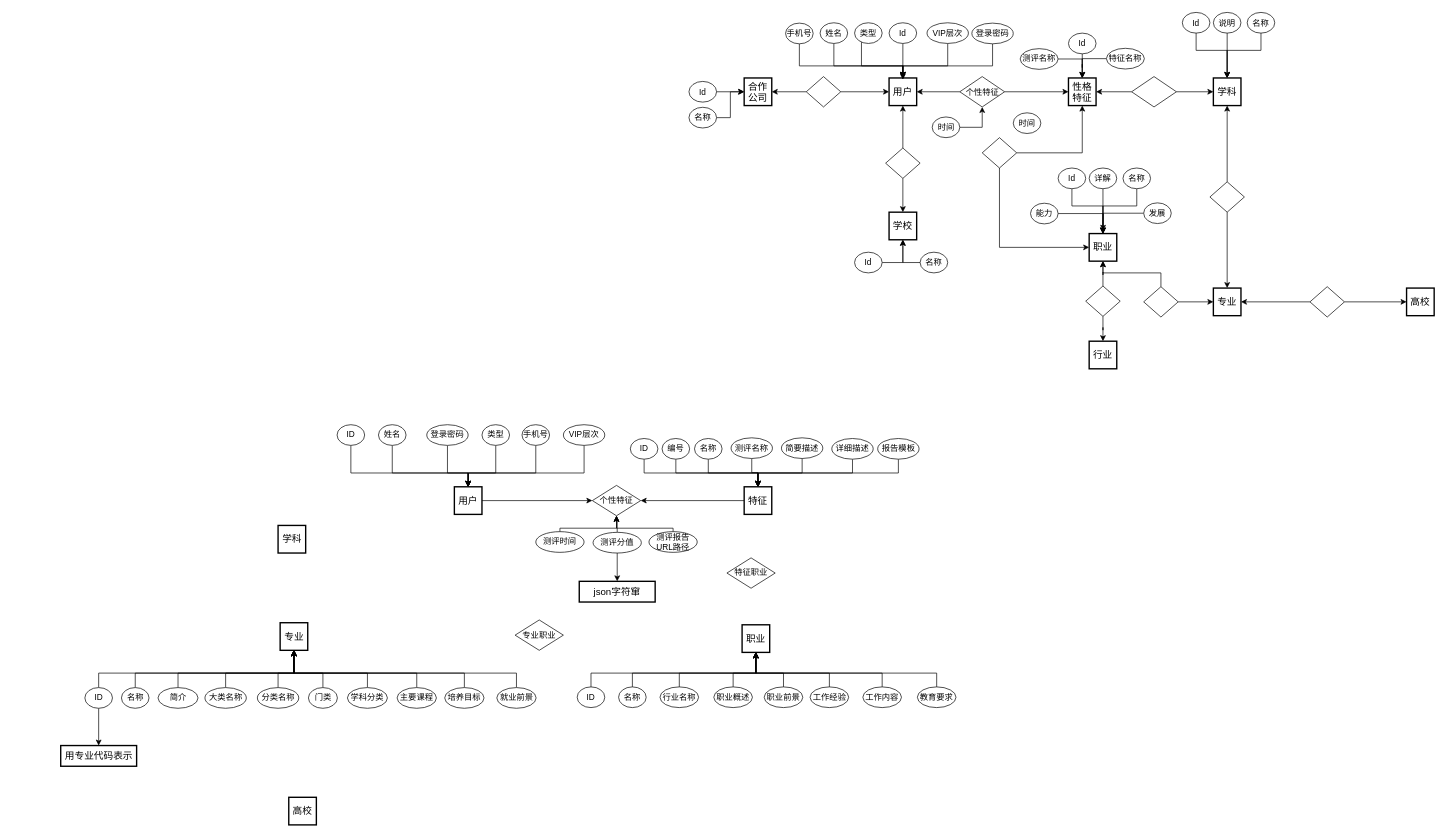
Above: ER.drawio in lry198010/ACES (draw.io), before the change. Source tidied: cells renumbered, new cells numbered last; positions are measured from the earlier drawing's top-left corner, leaving out a move shared by most shapes. Both pictures are drawn from the tidied source at 69%, with x=0, y=0 at pixel (61, 12).
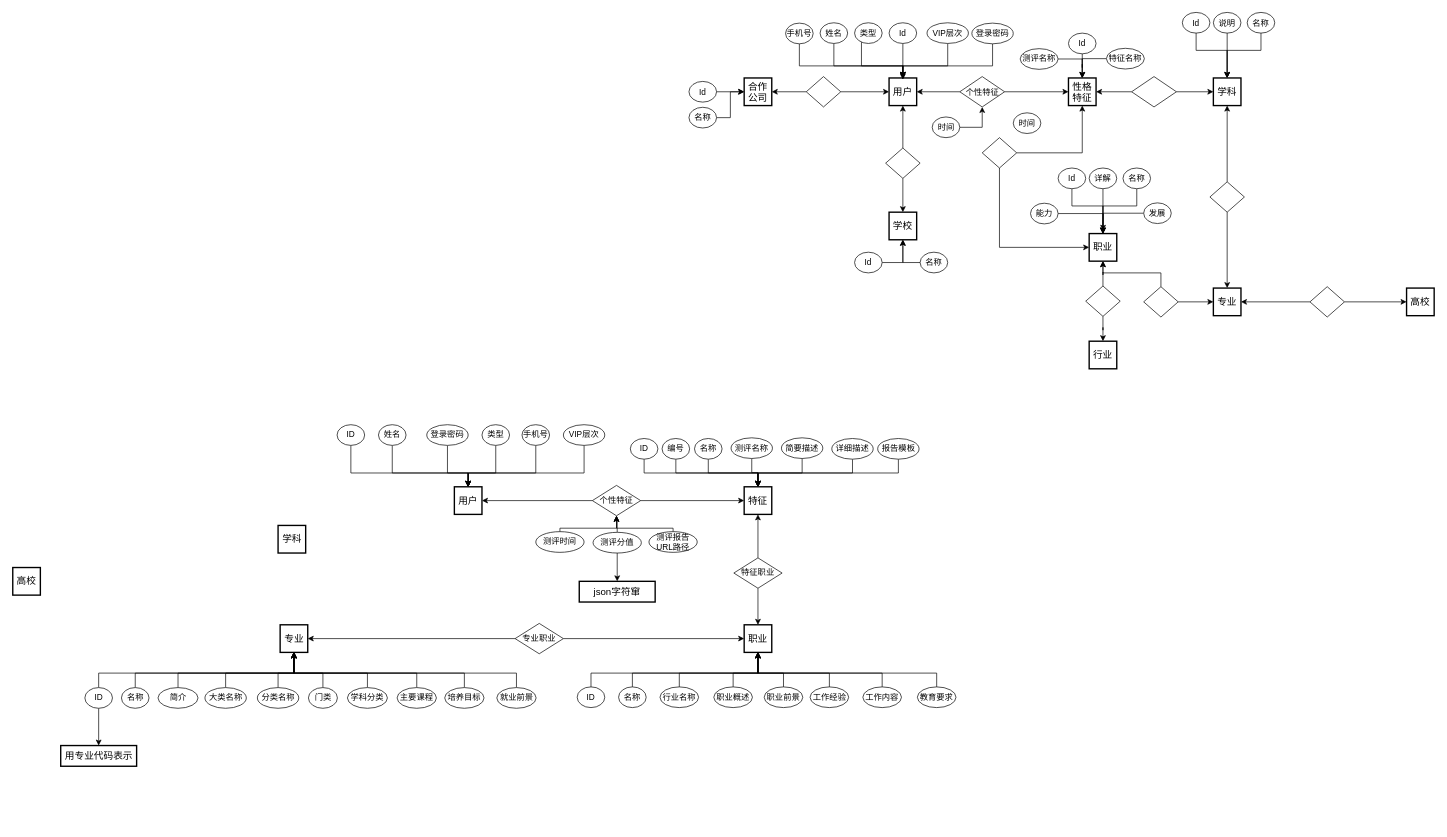
The same diagram, later.

Commit message:
添加基本联系. ER.drawio

Unchanged cells that the change refers to:
```xml
<mxCell id="85" value="特征" style="strokeWidth=2;whiteSpace=wrap;html=1;align=center;fontSize=14;" parent="1" vertex="1">
  <mxGeometry x="990" y="688" width="40" height="40" as="geometry" />
</mxCell>
<mxCell id="101" value="用户" style="strokeWidth=2;whiteSpace=wrap;html=1;align=center;fontSize=14;" parent="1" vertex="1">
  <mxGeometry x="570" y="688" width="40" height="40" as="geometry" />
</mxCell>
<mxCell id="102" value="个性特征" style="rhombus;whiteSpace=wrap;html=1;" parent="1" vertex="1">
  <mxGeometry x="770" y="686" width="70" height="44" as="geometry" />
</mxCell>
<mxCell id="124" value="行业名称" style="ellipse;whiteSpace=wrap;html=1;" parent="1" vertex="1">
  <mxGeometry x="868" y="978" width="56" height="30" as="geometry" />
</mxCell>
<mxCell id="126" value="ID" style="ellipse;whiteSpace=wrap;html=1;" parent="1" vertex="1">
  <mxGeometry x="748" y="978" width="40" height="30" as="geometry" />
</mxCell>
<mxCell id="128" value="名称" style="ellipse;whiteSpace=wrap;html=1;" parent="1" vertex="1">
  <mxGeometry x="808" y="978" width="40" height="30" as="geometry" />
</mxCell>
<mxCell id="130" value="职业前景" style="ellipse;whiteSpace=wrap;html=1;" parent="1" vertex="1">
  <mxGeometry x="1019" y="978" width="56" height="30" as="geometry" />
</mxCell>
<mxCell id="132" value="职业概述" style="ellipse;whiteSpace=wrap;html=1;" parent="1" vertex="1">
  <mxGeometry x="946" y="978" width="56" height="30" as="geometry" />
</mxCell>
<mxCell id="134" value="教育要求" style="ellipse;whiteSpace=wrap;html=1;" parent="1" vertex="1">
  <mxGeometry x="1241" y="978" width="56" height="30" as="geometry" />
</mxCell>
<mxCell id="136" value="工作经验" style="ellipse;whiteSpace=wrap;html=1;" parent="1" vertex="1">
  <mxGeometry x="1085.5" y="978" width="56" height="30" as="geometry" />
</mxCell>
<mxCell id="138" value="工作内容" style="ellipse;whiteSpace=wrap;html=1;" parent="1" vertex="1">
  <mxGeometry x="1162" y="978" width="56" height="30" as="geometry" />
</mxCell>
```

Change to the diagram source:
```diff
@@
-    <mxCell id="84" style="edgeStyle=orthogonalEdgeStyle;rounded=0;jettySize=auto;html=1;entryX=1;entryY=0.5;entryDx=0;entryDy=0;" parent="1" edge="1" source="85" target="102">
+    <mxCell id="84" style="edgeStyle=orthogonalEdgeStyle;rounded=0;jettySize=auto;html=1;exitX=1;exitY=0.5;exitDx=0;exitDy=0;" parent="1" edge="1" source="102" target="85">
       <mxGeometry relative="1" as="geometry" />
     </mxCell>
+    <mxCell id="167" style="edgeStyle=orthogonalEdgeStyle;rounded=0;jettySize=auto;html=1;exitX=0.5;exitY=0;exitDx=0;exitDy=0;" parent="1" edge="1" source="139" target="85">
+      <mxGeometry relative="1" as="geometry" />
+    </mxCell>
@@
-    <mxCell id="100" style="edgeStyle=orthogonalEdgeStyle;rounded=0;jettySize=auto;html=1;entryX=0;entryY=0.5;entryDx=0;entryDy=0;" parent="1" edge="1" source="101" target="102">
+    <mxCell id="100" style="edgeStyle=orthogonalEdgeStyle;rounded=0;jettySize=auto;html=1;exitX=0;exitY=0.5;exitDx=0;exitDy=0;" parent="1" edge="1" source="102" target="101">
       <mxGeometry relative="1" as="geometry" />
     </mxCell>
@@
+    <mxCell id="168" style="edgeStyle=orthogonalEdgeStyle;rounded=0;jettySize=auto;html=1;exitX=0.5;exitY=1;exitDx=0;exitDy=0;" parent="1" edge="1" source="139" target="122">
+      <mxGeometry relative="1" as="geometry" />
+    </mxCell>
     <mxCell id="122" value="职业" style="strokeWidth=2;whiteSpace=wrap;html=1;align=center;fontSize=14;" parent="1" vertex="1">
-      <mxGeometry x="987" y="888" width="40" height="40" as="geometry" />
+      <mxGeometry x="990" y="888" width="40" height="40" as="geometry" />
     </mxCell>
     <mxCell id="123" style="edgeStyle=orthogonalEdgeStyle;rounded=0;jettySize=auto;html=1;entryX=0.5;entryY=1;entryDx=0;entryDy=0;" parent="1" edge="1" source="124" target="122">
       <mxGeometry relative="1" as="geometry">
         <Array as="points">
           <mxPoint x="896" y="958" />
-          <mxPoint x="1007" y="958" />
+          <mxPoint x="1010" y="958" />
         </Array>
       </mxGeometry>
     </mxCell>
@@
     <mxCell id="125" style="edgeStyle=orthogonalEdgeStyle;rounded=0;jettySize=auto;html=1;entryX=0.5;entryY=1;entryDx=0;entryDy=0;" parent="1" edge="1" source="126" target="122">
       <mxGeometry relative="1" as="geometry">
         <Array as="points">
           <mxPoint x="768" y="958" />
-          <mxPoint x="1007" y="958" />
+          <mxPoint x="1010" y="958" />
         </Array>
       </mxGeometry>
     </mxCell>
@@
     <mxCell id="127" style="edgeStyle=orthogonalEdgeStyle;rounded=0;jettySize=auto;html=1;entryX=0.5;entryY=1;entryDx=0;entryDy=0;" parent="1" edge="1" source="128" target="122">
       <mxGeometry relative="1" as="geometry">
         <Array as="points">
           <mxPoint x="828" y="958" />
-          <mxPoint x="1007" y="958" />
+          <mxPoint x="1010" y="958" />
         </Array>
       </mxGeometry>
     </mxCell>
@@
     <mxCell id="129" style="edgeStyle=orthogonalEdgeStyle;rounded=0;jettySize=auto;html=1;entryX=0.5;entryY=1;entryDx=0;entryDy=0;" parent="1" edge="1" source="130" target="122">
       <mxGeometry relative="1" as="geometry">
         <Array as="points">
           <mxPoint x="1047" y="958" />
-          <mxPoint x="1007" y="958" />
+          <mxPoint x="1010" y="958" />
         </Array>
       </mxGeometry>
     </mxCell>
@@
     <mxCell id="131" style="edgeStyle=orthogonalEdgeStyle;rounded=0;jettySize=auto;html=1;entryX=0.5;entryY=1;entryDx=0;entryDy=0;" parent="1" edge="1" source="132" target="122">
       <mxGeometry relative="1" as="geometry">
         <Array as="points">
           <mxPoint x="974" y="958" />
-          <mxPoint x="1007" y="958" />
+          <mxPoint x="1010" y="958" />
         </Array>
       </mxGeometry>
     </mxCell>
@@
     <mxCell id="133" style="edgeStyle=orthogonalEdgeStyle;rounded=0;jettySize=auto;html=1;entryX=0.5;entryY=1;entryDx=0;entryDy=0;" parent="1" edge="1" source="134" target="122">
       <mxGeometry relative="1" as="geometry">
         <Array as="points">
           <mxPoint x="1269" y="958" />
-          <mxPoint x="1007" y="958" />
+          <mxPoint x="1010" y="958" />
         </Array>
       </mxGeometry>
     </mxCell>
@@
     <mxCell id="135" style="edgeStyle=orthogonalEdgeStyle;rounded=0;jettySize=auto;html=1;entryX=0.5;entryY=1;entryDx=0;entryDy=0;" parent="1" edge="1" source="136" target="122">
       <mxGeometry relative="1" as="geometry">
         <Array as="points">
           <mxPoint x="1114" y="958" />
-          <mxPoint x="1007" y="958" />
+          <mxPoint x="1010" y="958" />
         </Array>
       </mxGeometry>
     </mxCell>
@@
     <mxCell id="137" style="edgeStyle=orthogonalEdgeStyle;rounded=0;jettySize=auto;html=1;entryX=0.5;entryY=1;entryDx=0;entryDy=0;" parent="1" edge="1" source="138" target="122">
       <mxGeometry relative="1" as="geometry">
         <Array as="points">
           <mxPoint x="1190" y="958" />
-          <mxPoint x="1007" y="958" />
+          <mxPoint x="1010" y="958" />
         </Array>
       </mxGeometry>
     </mxCell>
@@
     <mxCell id="139" value="特征职业" style="rhombus;whiteSpace=wrap;html=1;" parent="1" vertex="1">
-      <mxGeometry x="965" y="791" width="70" height="44" as="geometry" />
+      <mxGeometry x="975" y="791" width="70" height="44" as="geometry" />
     </mxCell>
     <mxCell id="140" value="专业" style="strokeWidth=2;whiteSpace=wrap;html=1;align=center;fontSize=14;" parent="1" vertex="1">
-      <mxGeometry x="317.5" y="885" width="40" height="40" as="geometry" />
+      <mxGeometry x="317.5" y="888" width="40" height="40" as="geometry" />
     </mxCell>
@@
     <mxCell id="161" value="高校" style="strokeWidth=2;whiteSpace=wrap;html=1;align=center;fontSize=14;" parent="1" vertex="1">
-      <mxGeometry x="330" y="1138" width="40" height="40" as="geometry" />
+      <mxGeometry x="-70" y="805" width="40" height="40" as="geometry" />
     </mxCell>
@@
+    <mxCell id="169" style="edgeStyle=orthogonalEdgeStyle;rounded=0;jettySize=auto;html=1;entryX=1;entryY=0.5;entryDx=0;entryDy=0;" parent="1" edge="1" source="165" target="140">
+      <mxGeometry relative="1" as="geometry" />
+    </mxCell>
+    <mxCell id="170" style="edgeStyle=orthogonalEdgeStyle;rounded=0;jettySize=auto;html=1;entryX=0;entryY=0.5;entryDx=0;entryDy=0;" parent="1" edge="1" source="165" target="122">
+      <mxGeometry relative="1" as="geometry" />
+    </mxCell>
     <mxCell id="165" value="专业职业" style="rhombus;whiteSpace=wrap;html=1;" parent="1" vertex="1">
-      <mxGeometry x="658" y="881" width="70" height="44" as="geometry" />
+      <mxGeometry x="658" y="886" width="70" height="44" as="geometry" />
     </mxCell>
```
